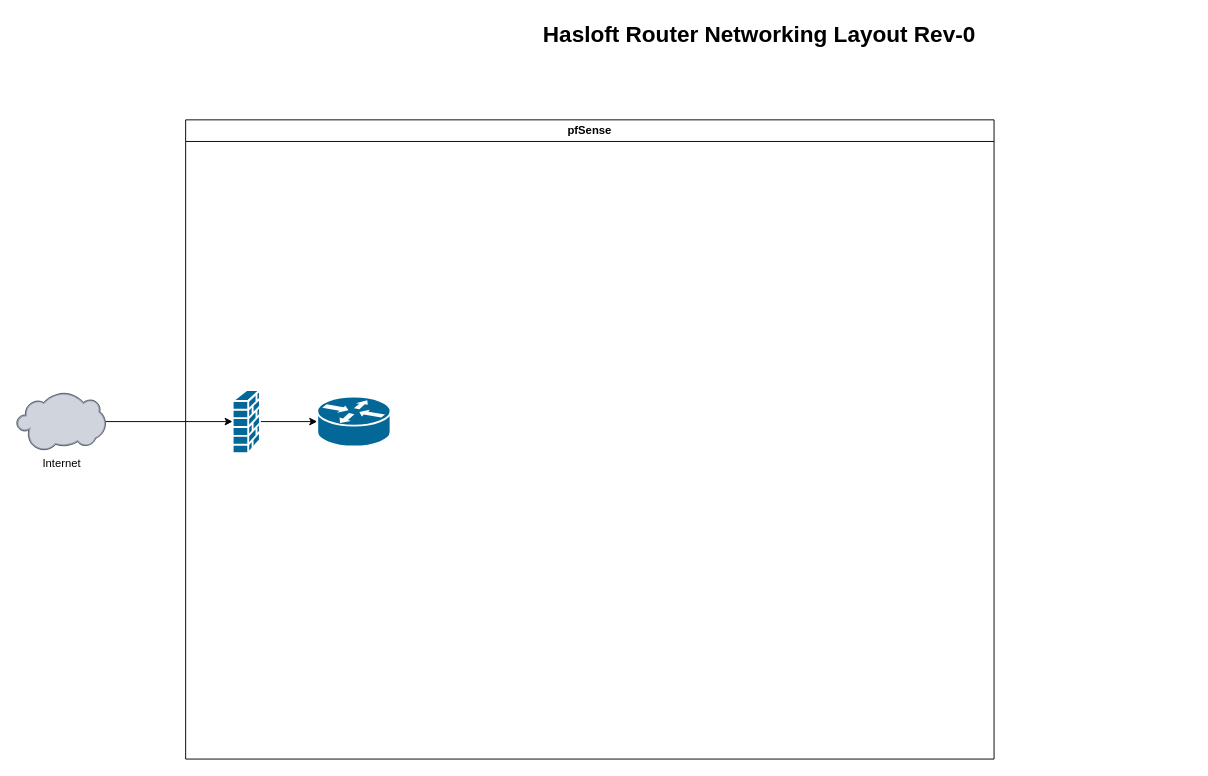
Before: Networking_Layout_Draft-1.drawio in TheKrynski/Hasloft, a draw.io diagram. Source tidied: cells renumbered, new cells numbered last; positions are measured from the earlier drawing's top-left corner, leaving out a move shared by most shapes. Both pictures are drawn from the tidied source at 94%, with x=0, y=0 at pixel (16, 16).
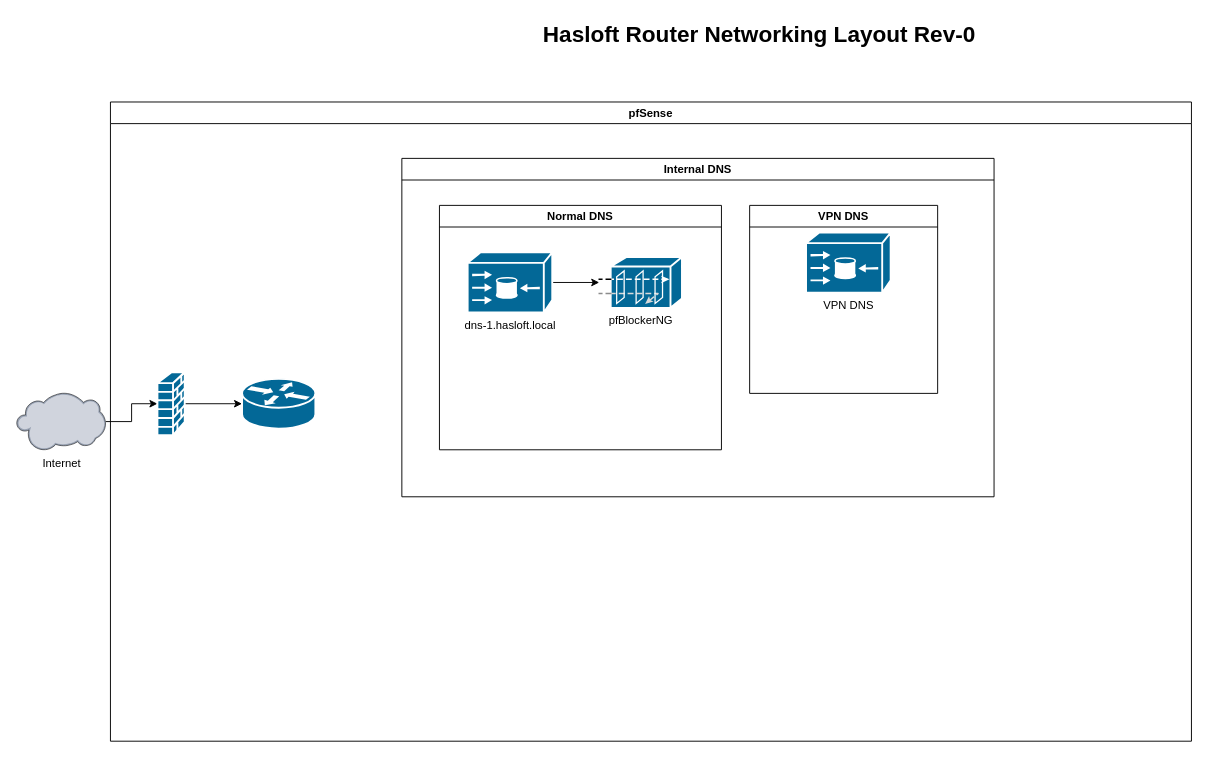
The same page after the edit.

Change to the diagram source:
```diff
@@
 <mxGraphModel>
   <root>
     <mxCell id="0" />
     <mxCell id="1" parent="0" />
     <mxCell id="2" value="Hasloft Router Networking Layout Rev-0" style="text;strokeColor=none;fillColor=none;html=1;fontSize=24;fontStyle=1;verticalAlign=middle;align=center;" parent="1" vertex="1">
       <mxGeometry x="359" width="861" height="40" as="geometry" />
     </mxCell>
     <mxCell id="3" style="edgeStyle=orthogonalEdgeStyle;rounded=0;jettySize=auto;html=1;" parent="1" edge="1" source="4" target="7">
       <mxGeometry relative="1" as="geometry" />
     </mxCell>
     <mxCell id="4" value="Internet" style="verticalLabelPosition=bottom;sketch=0;html=1;verticalAlign=top;strokeColor=none;align=center;outlineConnect=0;shape=mxgraph.citrix.cloud;" parent="1" vertex="1">
       <mxGeometry y="400" width="95" height="62" as="geometry" />
     </mxCell>
     <mxCell id="5" value="pfSense" style="swimlane;whiteSpace=wrap;html=1;startSize=23;" parent="1" vertex="1">
-      <mxGeometry x="180" y="110" width="860" height="680" as="geometry" />
+      <mxGeometry x="100" y="91" width="1150" height="680" as="geometry" />
     </mxCell>
     <mxCell id="6" style="edgeStyle=orthogonalEdgeStyle;rounded=0;jettySize=auto;html=1;entryX=0;entryY=0.5;entryDx=0;entryDy=0;entryPerimeter=0;" parent="5" edge="1" source="7" target="8">
       <mxGeometry relative="1" as="geometry" />
     </mxCell>
     <mxCell id="7" style="shape=mxgraph.cisco.security.firewall;sketch=0;html=1;dashed=0;fillColor=#036897;strokeColor=#ffffff;strokeWidth=2;verticalLabelPosition=bottom;verticalAlign=top;align=center;outlineConnect=0;" parent="5" vertex="1">
       <mxGeometry x="50" y="287.5" width="29" height="67" as="geometry" />
     </mxCell>
     <mxCell id="8" style="shape=mxgraph.cisco.routers.router;sketch=0;html=1;dashed=0;fillColor=#036897;strokeColor=#ffffff;strokeWidth=2;verticalLabelPosition=bottom;verticalAlign=top;align=center;outlineConnect=0;" parent="5" vertex="1">
       <mxGeometry x="140" y="294.5" width="78" height="53" as="geometry" />
     </mxCell>
+    <mxCell id="9" value="Internal DNS" style="swimlane;whiteSpace=wrap;html=1;" parent="5" vertex="1">
+      <mxGeometry x="310" y="60" width="630" height="360" as="geometry" />
+    </mxCell>
+    <mxCell id="10" value="VPN DNS" style="shape=mxgraph.cisco.directors.content_engine_(cache_director);sketch=0;html=1;dashed=0;fillColor=#036897;strokeColor=#ffffff;strokeWidth=2;verticalLabelPosition=bottom;verticalAlign=top;align=center;" parent="9" vertex="1">
+      <mxGeometry x="430" y="79" width="90" height="64" as="geometry" />
+    </mxCell>
+    <mxCell id="11" value="Normal DNS" style="swimlane;whiteSpace=wrap;html=1;" parent="9" vertex="1">
+      <mxGeometry x="40" y="50" width="300" height="260" as="geometry" />
+    </mxCell>
+    <mxCell id="12" style="edgeStyle=orthogonalEdgeStyle;rounded=0;jettySize=auto;html=1;" parent="11" edge="1" source="13" target="14">
+      <mxGeometry relative="1" as="geometry" />
+    </mxCell>
+    <mxCell id="13" value="dns-1.hasloft.local" style="shape=mxgraph.cisco.directors.content_engine_(cache_director);sketch=0;html=1;dashed=0;fillColor=#036897;strokeColor=#ffffff;strokeWidth=2;verticalLabelPosition=bottom;verticalAlign=top;align=center;outlineConnect=0;" parent="11" vertex="1">
+      <mxGeometry x="30" y="50" width="90" height="64" as="geometry" />
+    </mxCell>
+    <mxCell id="14" value="pfBlockerNG" style="shape=mxgraph.cisco.security.guard;sketch=0;html=1;dashed=0;fillColor=#036897;strokeColor=#ffffff;strokeWidth=2;verticalLabelPosition=bottom;verticalAlign=top;align=center;outlineConnect=0;" parent="11" vertex="1">
+      <mxGeometry x="170" y="55" width="88" height="54" as="geometry" />
+    </mxCell>
+    <mxCell id="15" value="VPN DNS" style="swimlane;whiteSpace=wrap;html=1;" parent="9" vertex="1">
+      <mxGeometry x="370" y="50" width="200" height="200" as="geometry" />
+    </mxCell>
   </root>
 </mxGraphModel>
```
